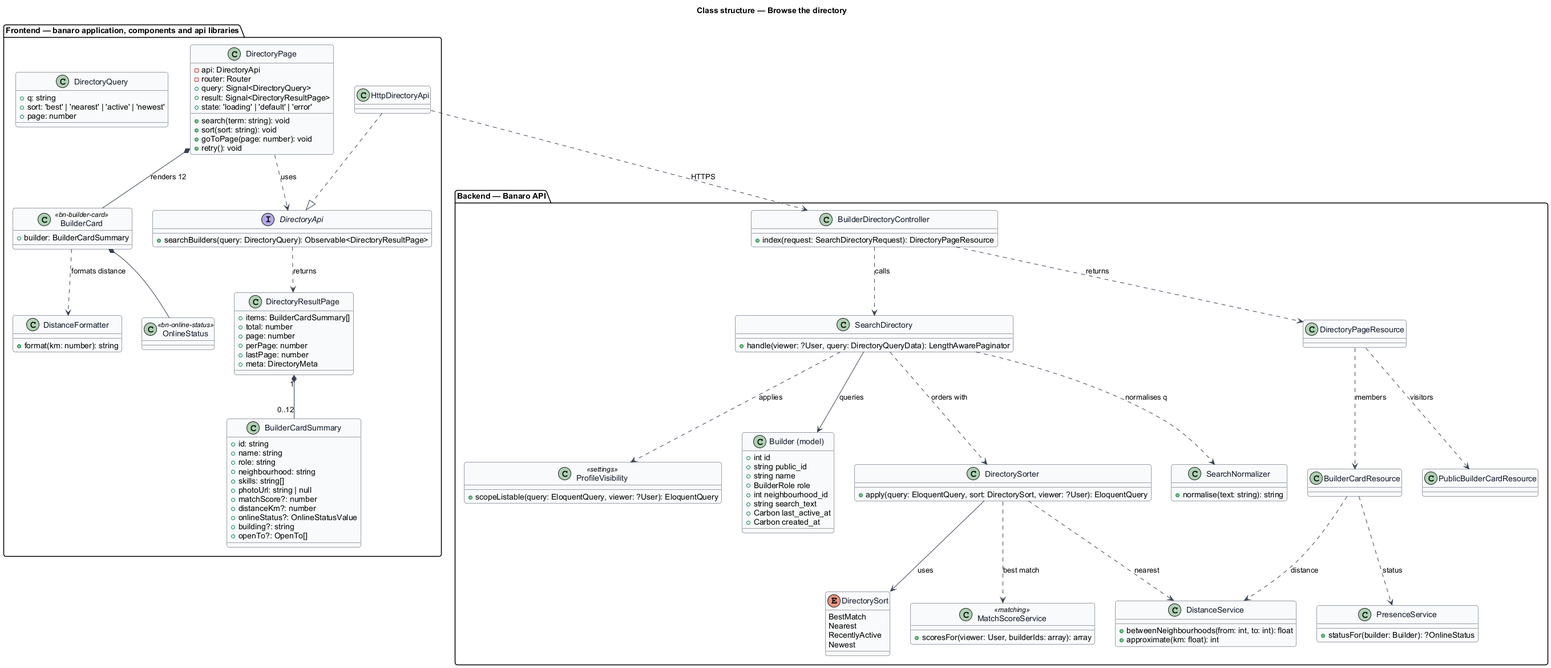
The PlantUML diagram docs/detailed-designs/directory/browse-directory/diagrams/class-structure.png in QuinntyneBrown/banaro, before a commit. Its diagram source:
```plantuml
@startuml
skinparam backgroundColor #FFFFFF
skinparam shadowing false
skinparam roundcorner 8
skinparam defaultFontName Arial
skinparam ArrowColor #344054
skinparam class {
  BorderColor #344054
  FontColor #101828
  BackgroundColor #F9FAFB
}
title Class structure — Browse the directory

package "Frontend — banaro application, components and api libraries" {
  class DirectoryPage {
    -api: DirectoryApi
    -router: Router
    +query: Signal<DirectoryQuery>
    +result: Signal<DirectoryResultPage>
    +state: 'loading' | 'default' | 'error'
    +search(term: string): void
    +sort(sort: string): void
    +goToPage(page: number): void
    +retry(): void
  }
  class BuilderCard <<bn-builder-card>> {
    +builder: BuilderCardSummary
  }
  class OnlineStatus <<bn-online-status>>
  class DistanceFormatter {
    +format(km: number): string
  }
  interface DirectoryApi {
    +searchBuilders(query: DirectoryQuery): Observable<DirectoryResultPage>
  }
  class HttpDirectoryApi
  class DirectoryQuery {
    +q: string
    +sort: 'best' | 'nearest' | 'active' | 'newest'
    +page: number
  }
  class DirectoryResultPage {
    +items: BuilderCardSummary[]
    +total: number
    +page: number
    +perPage: number
    +lastPage: number
    +meta: DirectoryMeta
  }
  class BuilderCardSummary {
    +id: string
    +name: string
    +role: string
    +neighbourhood: string
    +skills: string[]
    +photoUrl: string | null
    +matchScore?: number
    +distanceKm?: number
    +onlineStatus?: OnlineStatusValue
    +building?: string
    +openTo?: OpenTo[]
  }
}

package "Backend — Banaro API" {
  class BuilderDirectoryController {
    +index(request: SearchDirectoryRequest): DirectoryPageResource
  }
  class SearchDirectory {
    +handle(viewer: ?User, query: DirectoryQueryData): LengthAwarePaginator
  }
  class DirectorySorter {
    +apply(query: EloquentQuery, sort: DirectorySort, viewer: ?User): EloquentQuery
  }
  class MatchScoreService <<matching>> {
    +scoresFor(viewer: User, builderIds: array): array
  }
  class DistanceService {
    +betweenNeighbourhoods(from: int, to: int): float
    +approximate(km: float): int
  }
  class PresenceService {
    +statusFor(builder: Builder): ?OnlineStatus
  }
  class SearchNormalizer {
    +normalise(text: string): string
  }
  class ProfileVisibility <<settings>> {
    +scopeListable(query: EloquentQuery, viewer: ?User): EloquentQuery
  }
  enum DirectorySort {
    BestMatch
    Nearest
    RecentlyActive
    Newest
  }
  class "Builder (model)" as BuilderModel {
    +int id
    +string public_id
    +string name
    +BuilderRole role
    +int neighbourhood_id
    +string search_text
    +Carbon last_active_at
    +Carbon created_at
  }
  class BuilderCardResource
  class PublicBuilderCardResource
  class DirectoryPageResource
}

DirectoryPage ..> DirectoryApi : uses
DirectoryPage *-- BuilderCard : renders 12
BuilderCard *-- OnlineStatus
BuilderCard ..> DistanceFormatter : formats distance
HttpDirectoryApi ..|> DirectoryApi
DirectoryApi ..> DirectoryResultPage : returns
DirectoryResultPage "1" *-- "0..12" BuilderCardSummary
HttpDirectoryApi ..> BuilderDirectoryController : HTTPS

BuilderDirectoryController ..> SearchDirectory : calls
BuilderDirectoryController ..> DirectoryPageResource : returns
DirectoryPageResource ..> BuilderCardResource : members
DirectoryPageResource ..> PublicBuilderCardResource : visitors
SearchDirectory ..> ProfileVisibility : applies
SearchDirectory ..> SearchNormalizer : normalises q
SearchDirectory ..> DirectorySorter : orders with
SearchDirectory --> BuilderModel : queries
DirectorySorter ..> MatchScoreService : best match
DirectorySorter ..> DistanceService : nearest
DirectorySorter --> DirectorySort : uses
BuilderCardResource ..> PresenceService : status
BuilderCardResource ..> DistanceService : distance
@enduml
```
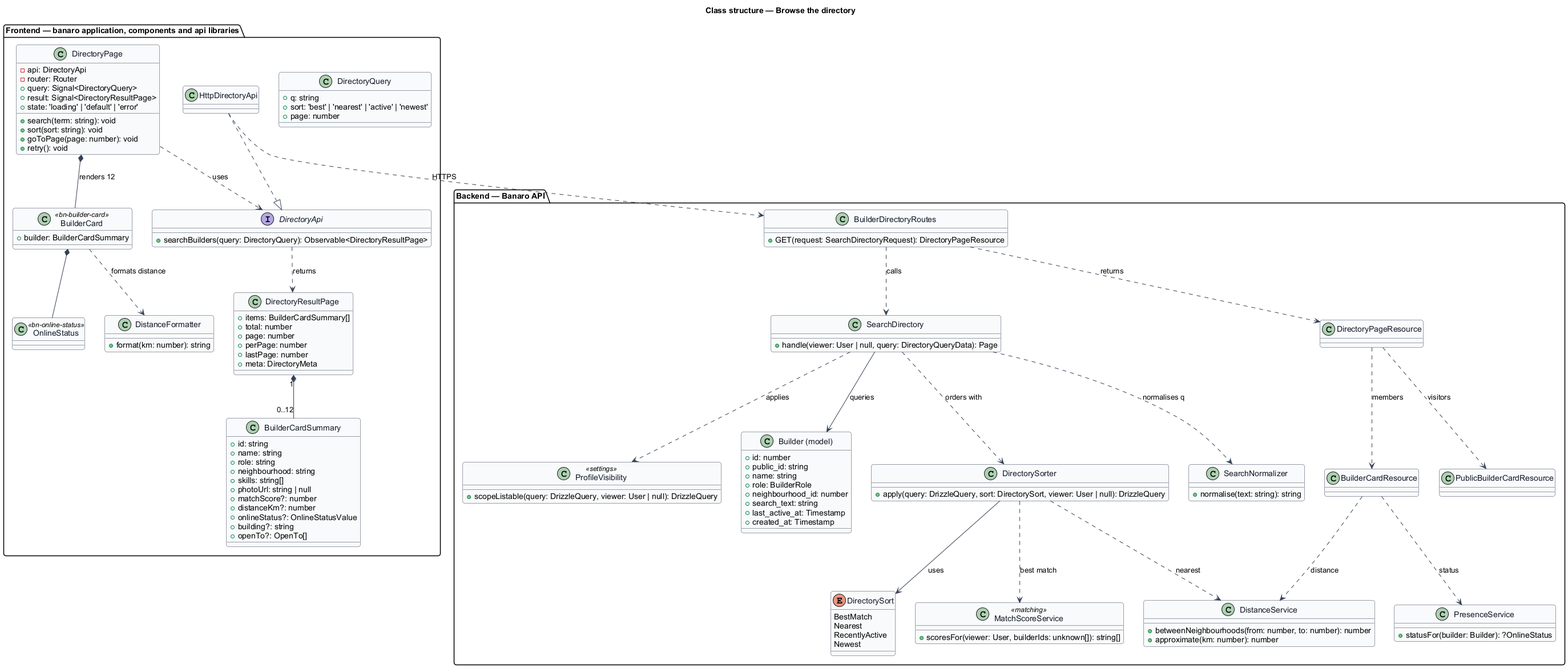
Later version of the same file.

What changed in the source:
```diff
@@ -63,21 +63,21 @@
 }
 
 package "Backend — Banaro API" {
-  class BuilderDirectoryController {
-    +index(request: SearchDirectoryRequest): DirectoryPageResource
+  class BuilderDirectoryRoutes {
+    +GET(request: SearchDirectoryRequest): DirectoryPageResource
   }
   class SearchDirectory {
-    +handle(viewer: ?User, query: DirectoryQueryData): LengthAwarePaginator
+    +handle(viewer: User | null, query: DirectoryQueryData): Page
   }
   class DirectorySorter {
-    +apply(query: EloquentQuery, sort: DirectorySort, viewer: ?User): EloquentQuery
+    +apply(query: DrizzleQuery, sort: DirectorySort, viewer: User | null): DrizzleQuery
   }
   class MatchScoreService <<matching>> {
-    +scoresFor(viewer: User, builderIds: array): array
+    +scoresFor(viewer: User, builderIds: unknown[]): string[]
   }
   class DistanceService {
-    +betweenNeighbourhoods(from: int, to: int): float
-    +approximate(km: float): int
+    +betweenNeighbourhoods(from: number, to: number): number
+    +approximate(km: number): number
   }
   class PresenceService {
     +statusFor(builder: Builder): ?OnlineStatus
@@ -86,7 +86,7 @@
     +normalise(text: string): string
   }
   class ProfileVisibility <<settings>> {
-    +scopeListable(query: EloquentQuery, viewer: ?User): EloquentQuery
+    +scopeListable(query: DrizzleQuery, viewer: User | null): DrizzleQuery
   }
   enum DirectorySort {
     BestMatch
@@ -95,14 +95,14 @@
     Newest
   }
   class "Builder (model)" as BuilderModel {
-    +int id
-    +string public_id
-    +string name
-    +BuilderRole role
-    +int neighbourhood_id
-    +string search_text
-    +Carbon last_active_at
-    +Carbon created_at
+    +id: number
+    +public_id: string
+    +name: string
+    +role: BuilderRole
+    +neighbourhood_id: number
+    +search_text: string
+    +last_active_at: Timestamp
+    +created_at: Timestamp
   }
   class BuilderCardResource
   class PublicBuilderCardResource
@@ -116,10 +116,10 @@
 HttpDirectoryApi ..|> DirectoryApi
 DirectoryApi ..> DirectoryResultPage : returns
 DirectoryResultPage "1" *-- "0..12" BuilderCardSummary
-HttpDirectoryApi ..> BuilderDirectoryController : HTTPS
+HttpDirectoryApi ..> BuilderDirectoryRoutes : HTTPS
 
-BuilderDirectoryController ..> SearchDirectory : calls
-BuilderDirectoryController ..> DirectoryPageResource : returns
+BuilderDirectoryRoutes ..> SearchDirectory : calls
+BuilderDirectoryRoutes ..> DirectoryPageResource : returns
 DirectoryPageResource ..> BuilderCardResource : members
 DirectoryPageResource ..> PublicBuilderCardResource : visitors
 SearchDirectory ..> ProfileVisibility : applies
```
